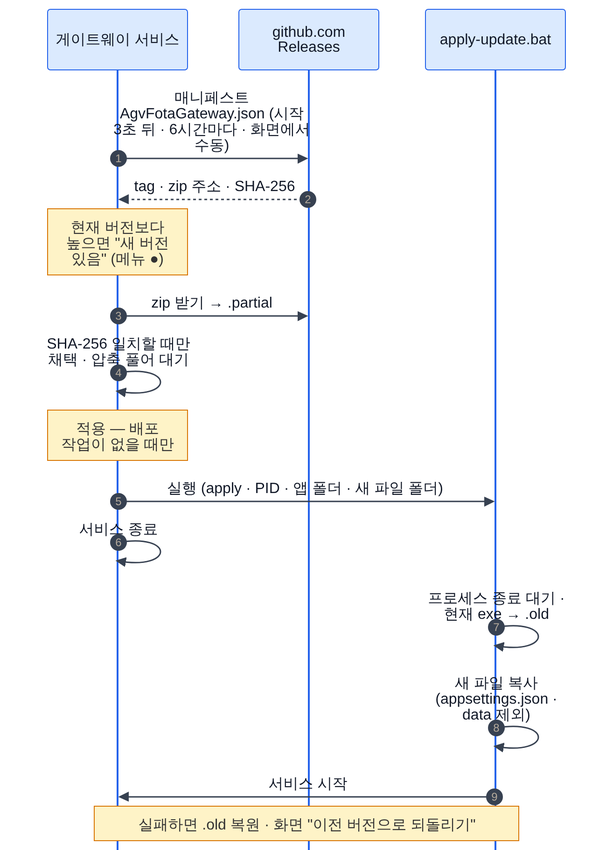
Leepy0/AGV_FOTA_GATEWAY keeps this Mermaid diagram as docs/images/diagrams/self-update-seq.png. Above is the earlier version. Its source is kept beside it as docs/diagrams/self-update-seq.mmd.
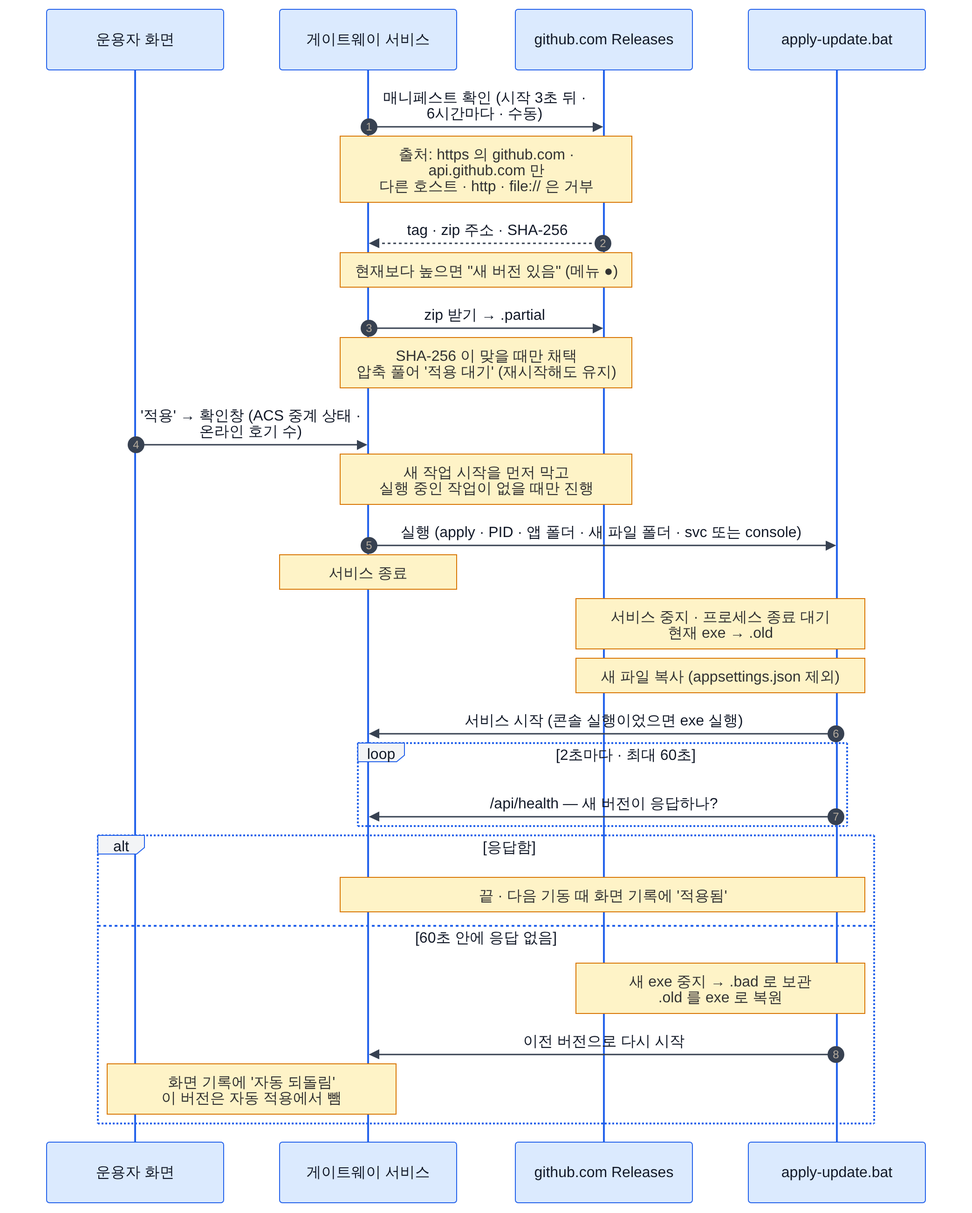
Above is the later version.

Diff of the diagram source:
```diff
@@ -1,17 +1,30 @@
+%%{init: {"sequence": {"mirrorActors": true, "width": 190, "actorMargin": 60}}}%%
 sequenceDiagram
   autonumber
+  participant OP as 운용자 화면
   participant SV as 게이트웨이 서비스
   participant GH as github.com Releases
   participant BAT as apply-update.bat
-  SV->>GH: 매니페스트 AgvFotaGateway.json (시작 3초 뒤 · 6시간마다 · 화면에서 수동)
+  SV->>GH: 매니페스트 확인 (시작 3초 뒤 · 6시간마다 · 수동)
+  Note over SV,GH: 출처: https 의 github.com · api.github.com 만<br/>다른 호스트 · http · file:// 은 거부
   GH-->>SV: tag · zip 주소 · SHA-256
-  Note over SV: 현재 버전보다 높으면 "새 버전 있음" (메뉴 ●)
+  Note over SV,GH: 현재보다 높으면 "새 버전 있음" (메뉴 ●)
   SV->>GH: zip 받기 → .partial
-  SV->>SV: SHA-256 일치할 때만 채택 · 압축 풀어 대기
-  Note over SV: 적용 — 배포 작업이 없을 때만
-  SV->>BAT: 실행 (apply · PID · 앱 폴더 · 새 파일 폴더)
-  SV->>SV: 서비스 종료
-  BAT->>BAT: 프로세스 종료 대기 · 현재 exe → .old
-  BAT->>BAT: 새 파일 복사 (appsettings.json · data 제외)
-  BAT->>SV: 서비스 시작
-  Note over SV,BAT: 실패하면 .old 복원 · 화면 "이전 버전으로 되돌리기"
+  Note over SV,GH: SHA-256 이 맞을 때만 채택<br/>압축 풀어 '적용 대기' (재시작해도 유지)
+  OP->>SV: '적용' → 확인창 (ACS 중계 상태 · 온라인 호기 수)
+  Note over SV,GH: 새 작업 시작을 먼저 막고<br/>실행 중인 작업이 없을 때만 진행
+  SV->>BAT: 실행 (apply · PID · 앱 폴더 · 새 파일 폴더 · svc 또는 console)
+  Note over SV: 서비스 종료
+  Note over GH,BAT: 서비스 중지 · 프로세스 종료 대기<br/>현재 exe → .old
+  Note over GH,BAT: 새 파일 복사 (appsettings.json 제외)
+  BAT->>SV: 서비스 시작 (콘솔 실행이었으면 exe 실행)
+  loop 2초마다 · 최대 60초
+    BAT->>SV: /api/health — 새 버전이 응답하나?
+  end
+  alt 응답함
+    Note over BAT,SV: 끝 · 다음 기동 때 화면 기록에 '적용됨'
+  else 60초 안에 응답 없음
+    Note over GH,BAT: 새 exe 중지 → .bad 로 보관<br/>.old 를 exe 로 복원
+    BAT->>SV: 이전 버전으로 다시 시작
+    Note over OP,SV: 화면 기록에 '자동 되돌림'<br/>이 버전은 자동 적용에서 뺌
+  end
```
